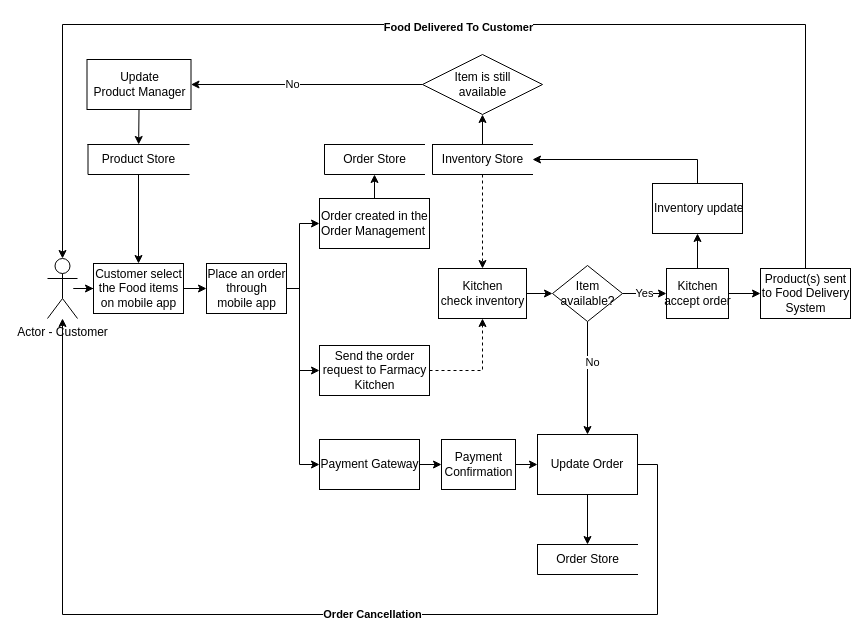
This is page "Component-Interaction-Customer" (4 of 5) of Farmacy_High_Level_Workflow.drawio from techstarskatas/sparklingstarskatas, a draw.io file, before an edit. Source tidied: cells renumbered, new cells numbered last; positions are measured from the earlier drawing's top-left corner, leaving out a move shared by most shapes. Both pictures are drawn from the tidied source at 100%, with x=0, y=0 at pixel (47, 24).
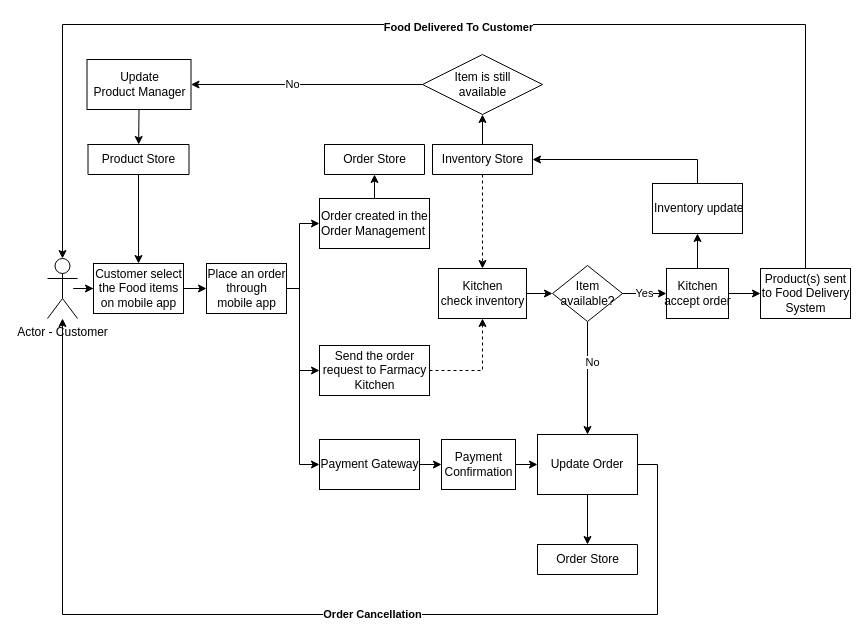
After the change.

What changed in the source:
```diff
@@
-    <mxCell id="6" value="Order Store" style="html=1;dashed=0;whitespace=wrap;shape=partialRectangle;right=0;" parent="1" vertex="1">
+    <mxCell id="6" value="Order Store" style="html=1;dashed=0;whitespace=wrap;shape=partialRectangle;right=1;" parent="1" vertex="1">
       <mxGeometry x="277" y="120" width="100" height="30" as="geometry" />
     </mxCell>
@@
-    <mxCell id="18" value="Inventory Store" style="html=1;dashed=0;whitespace=wrap;shape=partialRectangle;right=0;" parent="1" vertex="1">
+    <mxCell id="18" value="Inventory Store" style="html=1;dashed=0;whitespace=wrap;shape=partialRectangle;right=1;" parent="1" vertex="1">
       <mxGeometry x="385" y="120" width="100" height="30" as="geometry" />
     </mxCell>
@@
-    <mxCell id="28" value="Product Store" style="html=1;dashed=0;whitespace=wrap;shape=partialRectangle;right=0;" parent="1" vertex="1">
+    <mxCell id="28" value="Product Store" style="html=1;dashed=0;whitespace=wrap;shape=partialRectangle;right=1;" parent="1" vertex="1">
       <mxGeometry x="40.5" y="120" width="101" height="30" as="geometry" />
     </mxCell>
@@
-    <mxCell id="43" value="Order Store" style="html=1;dashed=0;whitespace=wrap;shape=partialRectangle;right=0;" parent="1" vertex="1">
+    <mxCell id="43" value="Order Store" style="html=1;dashed=0;whitespace=wrap;shape=partialRectangle;right=1;" parent="1" vertex="1">
       <mxGeometry x="490" y="520" width="100" height="30" as="geometry" />
     </mxCell>
```
